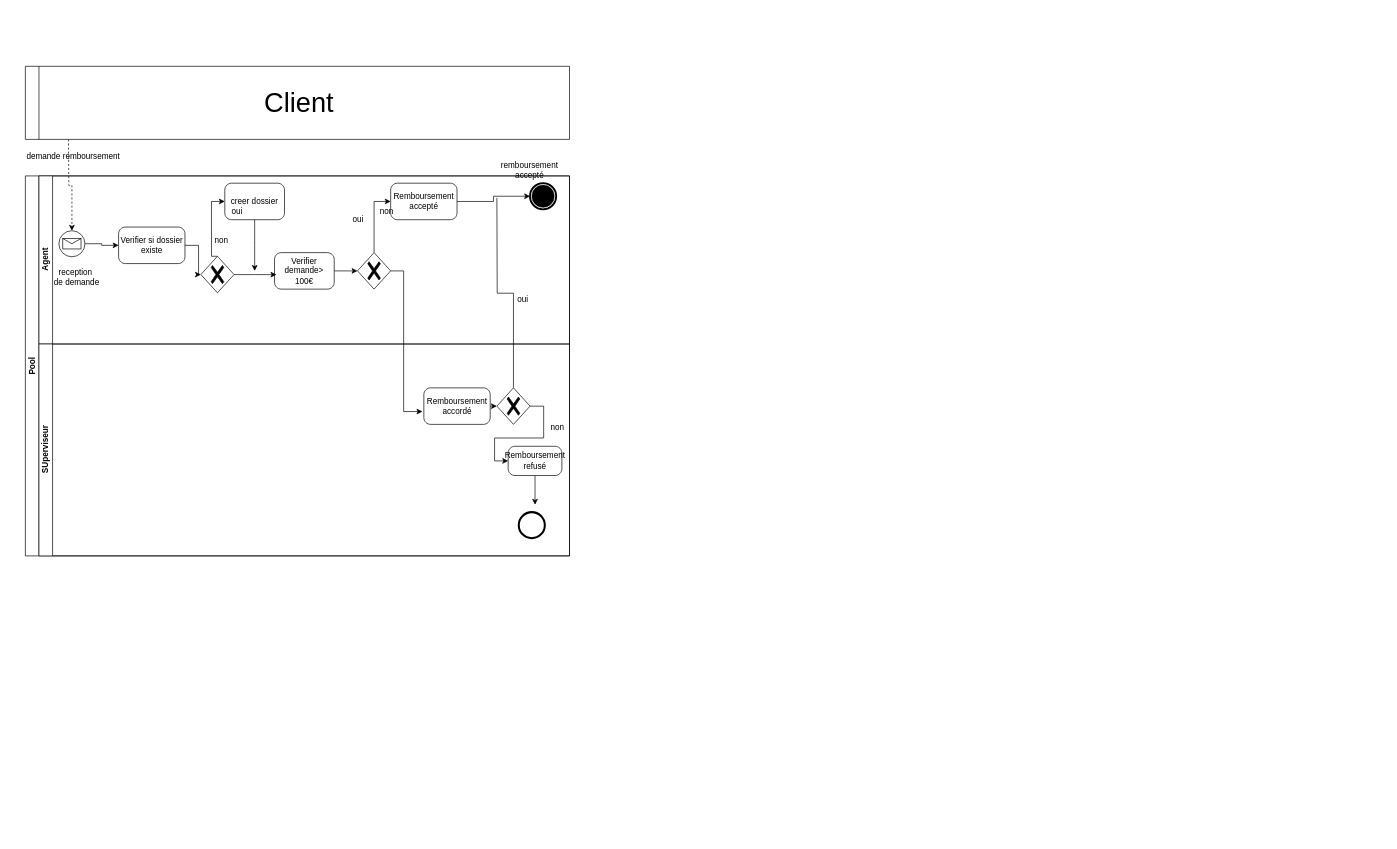
The draw.io diagram cours/TD_BPMN.drawio in Nereoll/draw.io, before the edit. Source tidied: cells renumbered, new cells numbered last; positions are measured from the earlier drawing's top-left corner, leaving out a move shared by most shapes. Both pictures are drawn from the tidied source at 68%, with x=0, y=0 at pixel (12, 12).
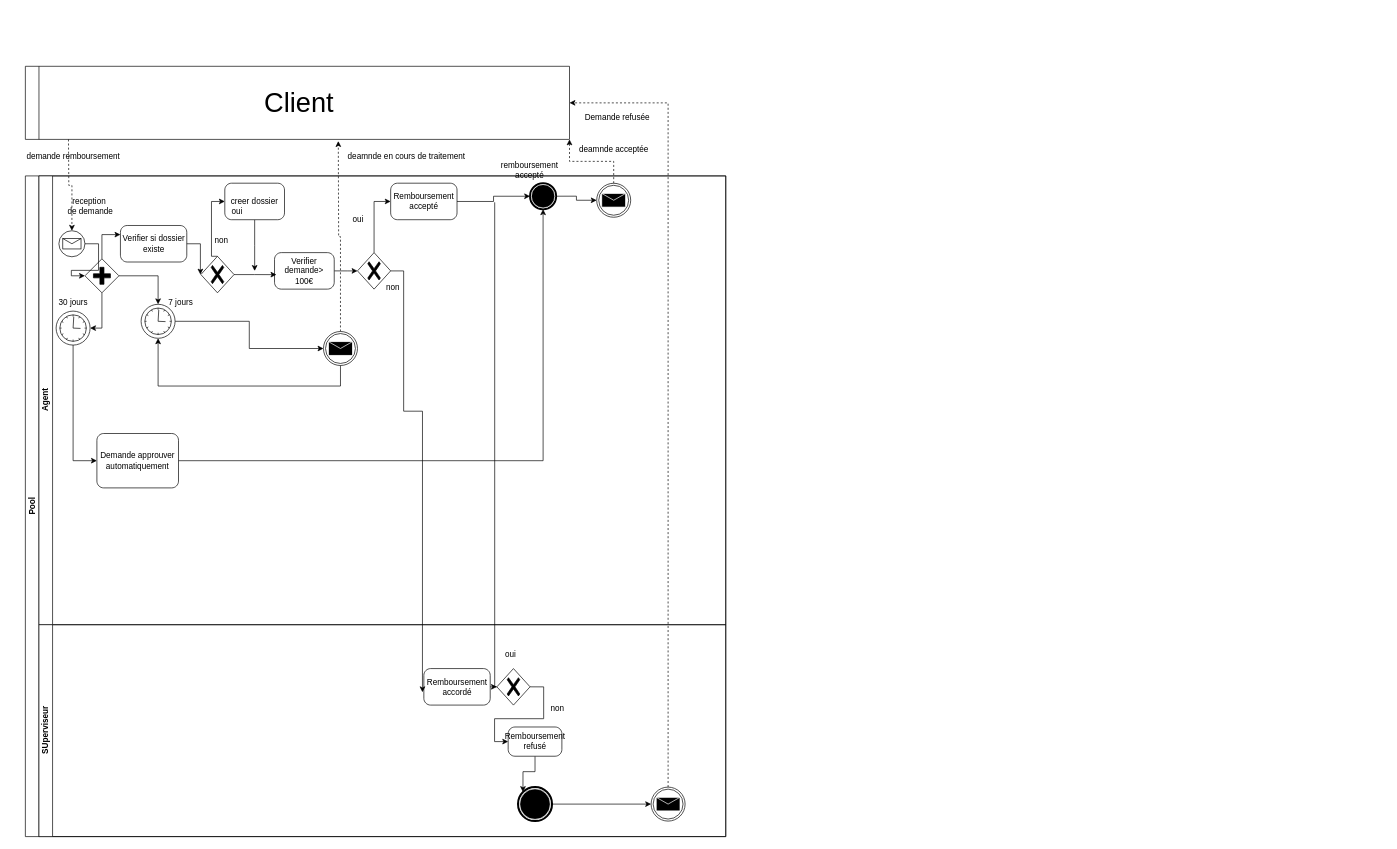
Above is the later version.

Commit message:
Mettre à jour TD_BPMN.drawio

The change refers to these unchanged cells:
```xml
<mxCell id="6" style="swimlane;startSize=20;horizontal=0;html=1;whiteSpace=wrap;" parent="4" vertex="1">
  <mxGeometry x="9.8" width="800.2" height="107.5" as="geometry" />
</mxCell>
<mxCell id="10" style="points=[[0.145,0.145,0],[0.5,0,0],[0.855,0.145,0],[1,0.5,0],[0.855,0.855,0],[0.5,1,0],[0.145,0.855,0],[0,0.5,0]];shape=mxgraph.bpmn.event;html=1;verticalLabelPosition=bottom;labelBackgroundColor=#ffffff;verticalAlign=top;align=center;perimeter=ellipsePerimeter;outlineConnect=0;outline=standard;symbol=message;" parent="9" vertex="1">
  <mxGeometry x="29.3" y="80.6" width="38.3" height="38.3" as="geometry" />
</mxCell>
<mxCell id="28" style="points=[[0.145,0.145,0],[0.5,0,0],[0.855,0.145,0],[1,0.5,0],[0.855,0.855,0],[0.5,1,0],[0.145,0.855,0],[0,0.5,0]];shape=mxgraph.bpmn.event;html=1;verticalLabelPosition=bottom;labelBackgroundColor=#ffffff;verticalAlign=top;align=center;perimeter=ellipsePerimeter;outlineConnect=0;outline=end;symbol=terminate;" parent="9" vertex="1">
  <mxGeometry x="722.2" y="10.7" width="38.3" height="38.3" as="geometry" />
</mxCell>
<mxCell id="32" style="points=[[0.25,0.25,0],[0.5,0,0],[0.75,0.25,0],[1,0.5,0],[0.75,0.75,0],[0.5,1,0],[0.25,0.75,0],[0,0.5,0]];shape=mxgraph.bpmn.gateway2;html=1;verticalLabelPosition=bottom;labelBackgroundColor=#ffffff;verticalAlign=top;align=center;perimeter=rhombusPerimeter;outlineConnect=0;outline=none;symbol=none;gwType=exclusive;" parent="29" vertex="1">
  <mxGeometry x="673.4" y="64.5" width="48.8" height="53.7" as="geometry" />
</mxCell>
<mxCell id="35" value="Remboursement refusé" style="points=[[0.25,0,0],[0.5,0,0],[0.75,0,0],[1,0.25,0],[1,0.5,0],[1,0.75,0],[0.75,1,0],[0.5,1,0],[0.25,1,0],[0,0.75,0],[0,0.5,0],[0,0.25,0]];shape=mxgraph.bpmn.task;whiteSpace=wrap;rectStyle=rounded;size=10;html=1;taskMarker=abstract;" parent="29" vertex="1">
  <mxGeometry x="690" y="150.4" width="79" height="43" as="geometry" />
</mxCell>
```

Change to the diagram source:
```diff
@@
     <mxCell id="2" style="group;" parent="1" vertex="1">
-      <mxGeometry width="820" height="800" as="geometry" />
+      <mxGeometry width="2019.8" height="1212.8" as="geometry" />
     </mxCell>
     <mxCell id="3" style="group;" parent="2" vertex="1">
-      <mxGeometry width="820" height="800" as="geometry" />
+      <mxGeometry width="2019.8" height="1212.8" as="geometry" />
     </mxCell>
     <mxCell id="4" style="group;" parent="3" vertex="1">
-      <mxGeometry x="10" y="80" width="810" height="720" as="geometry" />
+      <mxGeometry x="10" y="80" width="2009.8" height="1132.8" as="geometry" />
     </mxCell>
@@
     <mxCell id="8" value="Pool" style="swimlane;html=1;horizontal=0;startSize=20;whiteSpace=wrap;" parent="4" vertex="1">
-      <mxGeometry x="9.8" y="161.2" width="800.2" height="558.8" as="geometry" />
+      <mxGeometry x="9.8" y="161.2" width="1030" height="971.6" as="geometry" />
     </mxCell>
     <mxCell id="9" value="Agent" style="swimlane;html=1;startSize=20;horizontal=0;" parent="8" vertex="1">
-      <mxGeometry x="20" width="780.2" height="247.2" as="geometry" />
+      <mxGeometry x="20" width="1010" height="660" as="geometry" />
     </mxCell>
@@
     <mxCell id="11" value="&lt;div&gt;reception&amp;nbsp;&lt;/div&gt;&lt;div&gt;de demande&lt;/div&gt;" style="text;html=1;align=center;verticalAlign=middle;strokeColor=none;fillColor=none;" parent="9" vertex="1">
-      <mxGeometry x="9.8" y="129" width="90" height="40" as="geometry" />
+      <mxGeometry x="29.8" y="24.5" width="90" height="40" as="geometry" />
     </mxCell>
     <mxCell id="12" value="Verifier si dossier existe" style="points=[[0.25,0,0],[0.5,0,0],[0.75,0,0],[1,0.25,0],[1,0.5,0],[1,0.75,0],[0.75,1,0],[0.5,1,0],[0.25,1,0],[0,0.75,0],[0,0.5,0],[0,0.25,0]];shape=mxgraph.bpmn.task;whiteSpace=wrap;rectStyle=rounded;size=10;html=1;taskMarker=abstract;" parent="9" vertex="1">
-      <mxGeometry x="117.1" y="75.2" width="97.6" height="53.7" as="geometry" />
+      <mxGeometry x="119.8" y="72.9" width="97.6" height="53.7" as="geometry" />
     </mxCell>
-    <mxCell id="13" style="edgeStyle=orthogonalEdgeStyle;rounded=0;jettySize=auto;html=1;exitX=1;exitY=0.5;exitDx=0;exitDy=0;exitPerimeter=0;entryX=0;entryY=0.5;entryDx=0;entryDy=0;entryPerimeter=0;" parent="9" edge="1" source="10" target="12">
-      <mxGeometry relative="1" as="geometry" />
-    </mxCell>
@@
-    <mxCell id="19" value="non" style="text;html=1;align=center;verticalAlign=middle;strokeColor=none;fillColor=none;" parent="9" vertex="1">
+    <mxCell id="19" value="non" style="text;html=1;align=center;verticalAlign=middle;" parent="9" vertex="1">
       <mxGeometry x="247.9" y="80.6" width="40" height="30" as="geometry" />
     </mxCell>
@@
-    <mxCell id="27" value="oui" style="text;html=1;align=center;verticalAlign=middle;strokeColor=none;fillColor=none;" parent="9" vertex="1">
+    <mxCell id="27" value="oui" style="text;html=1;align=center;verticalAlign=middle;" parent="9" vertex="1">
       <mxGeometry x="448.9" y="48.4" width="40" height="30" as="geometry" />
     </mxCell>
+    <mxCell id="45" style="edgeStyle=orthogonalEdgeStyle;rounded=0;jettySize=auto;html=1;exitX=1;exitY=0.5;exitDx=0;exitDy=0;exitPerimeter=0;" parent="9" edge="1" source="28" target="62">
+      <mxGeometry relative="1" as="geometry" />
+    </mxCell>
@@
+    <mxCell id="42" value="non" style="text;html=1;align=center;verticalAlign=middle;" parent="9" vertex="1">
+      <mxGeometry x="500.2" y="148.8" width="40" height="30" as="geometry" />
+    </mxCell>
+    <mxCell id="46" style="edgeStyle=orthogonalEdgeStyle;rounded=0;jettySize=auto;html=1;exitX=1;exitY=0.5;exitDx=0;exitDy=0;exitPerimeter=0;" parent="9" edge="1" source="47" target="54">
+      <mxGeometry relative="1" as="geometry" />
+    </mxCell>
+    <mxCell id="47" style="points=[[0.145,0.145,0],[0.5,0,0],[0.855,0.145,0],[1,0.5,0],[0.855,0.855,0],[0.5,1,0],[0.145,0.855,0],[0,0.5,0]];shape=mxgraph.bpmn.event;html=1;verticalLabelPosition=bottom;labelBackgroundColor=#ffffff;verticalAlign=top;align=center;perimeter=ellipsePerimeter;outlineConnect=0;outline=standard;symbol=timer;" parent="9" vertex="1">
+      <mxGeometry x="150.2" y="188.8" width="50" height="50" as="geometry" />
+    </mxCell>
+    <mxCell id="48" style="edgeStyle=orthogonalEdgeStyle;rounded=0;jettySize=auto;html=1;exitX=1;exitY=0.5;exitDx=0;exitDy=0;exitPerimeter=0;" parent="9" edge="1" source="49" target="47">
+      <mxGeometry relative="1" as="geometry" />
+    </mxCell>
+    <mxCell id="49" style="points=[[0.25,0.25,0],[0.5,0,0],[0.75,0.25,0],[1,0.5,0],[0.75,0.75,0],[0.5,1,0],[0.25,0.75,0],[0,0.5,0]];shape=mxgraph.bpmn.gateway2;html=1;verticalLabelPosition=bottom;labelBackgroundColor=#ffffff;verticalAlign=top;align=center;perimeter=rhombusPerimeter;outlineConnect=0;outline=none;symbol=none;gwType=parallel;" parent="9" vertex="1">
+      <mxGeometry x="67.6" y="121.9" width="50" height="50" as="geometry" />
+    </mxCell>
+    <mxCell id="50" style="edgeStyle=orthogonalEdgeStyle;rounded=0;jettySize=auto;html=1;entryX=0;entryY=0.5;entryDx=0;entryDy=0;entryPerimeter=0;" parent="9" edge="1" source="10" target="49">
+      <mxGeometry relative="1" as="geometry" />
+    </mxCell>
+    <mxCell id="51" style="edgeStyle=orthogonalEdgeStyle;rounded=0;jettySize=auto;html=1;exitX=0.5;exitY=0;exitDx=0;exitDy=0;exitPerimeter=0;entryX=0;entryY=0.25;entryDx=0;entryDy=0;entryPerimeter=0;" parent="9" edge="1" source="49" target="12">
+      <mxGeometry relative="1" as="geometry" />
+    </mxCell>
+    <mxCell id="52" value="7 jours" style="text;html=1;align=center;verticalAlign=middle;strokeColor=none;fillColor=none;" parent="9" vertex="1">
+      <mxGeometry x="178.1" y="171.9" width="60" height="30" as="geometry" />
+    </mxCell>
+    <mxCell id="53" style="edgeStyle=orthogonalEdgeStyle;rounded=0;jettySize=auto;html=1;dashed=1;" parent="9" edge="1" source="54">
+      <mxGeometry relative="1" as="geometry">
+        <mxPoint x="440.2" y="-51.2" as="targetPoint" />
+      </mxGeometry>
+    </mxCell>
+    <mxCell id="54" style="points=[[0.145,0.145,0],[0.5,0,0],[0.855,0.145,0],[1,0.5,0],[0.855,0.855,0],[0.5,1,0],[0.145,0.855,0],[0,0.5,0]];shape=mxgraph.bpmn.event;html=1;verticalLabelPosition=bottom;labelBackgroundColor=#ffffff;verticalAlign=top;align=center;perimeter=ellipsePerimeter;outlineConnect=0;outline=throwing;symbol=message;" parent="9" vertex="1">
+      <mxGeometry x="418.4" y="228.8" width="50" height="50" as="geometry" />
+    </mxCell>
+    <mxCell id="55" style="edgeStyle=orthogonalEdgeStyle;rounded=0;jettySize=auto;html=1;entryX=0.5;entryY=1;entryDx=0;entryDy=0;entryPerimeter=0;" parent="9" edge="1" source="54" target="47">
+      <mxGeometry relative="1" as="geometry">
+        <Array as="points">
+          <mxPoint x="443" y="309" />
+          <mxPoint x="175" y="309" />
+        </Array>
+      </mxGeometry>
+    </mxCell>
+    <mxCell id="56" style="points=[[0.145,0.145,0],[0.5,0,0],[0.855,0.145,0],[1,0.5,0],[0.855,0.855,0],[0.5,1,0],[0.145,0.855,0],[0,0.5,0]];shape=mxgraph.bpmn.event;html=1;verticalLabelPosition=bottom;labelBackgroundColor=#ffffff;verticalAlign=top;align=center;perimeter=ellipsePerimeter;outlineConnect=0;outline=standard;symbol=timer;" parent="9" vertex="1">
+      <mxGeometry x="25.2" y="198.8" width="50" height="50" as="geometry" />
+    </mxCell>
+    <mxCell id="57" style="edgeStyle=orthogonalEdgeStyle;rounded=0;jettySize=auto;html=1;entryX=1;entryY=0.5;entryDx=0;entryDy=0;entryPerimeter=0;" parent="9" edge="1" source="49" target="56">
+      <mxGeometry relative="1" as="geometry">
+        <Array as="points">
+          <mxPoint x="93" y="224" />
+        </Array>
+      </mxGeometry>
+    </mxCell>
+    <mxCell id="58" value="30 jours" style="text;html=1;align=center;verticalAlign=middle;strokeColor=none;fillColor=none;" parent="9" vertex="1">
+      <mxGeometry x="15.2" y="171.9" width="70" height="30" as="geometry" />
+    </mxCell>
+    <mxCell id="59" style="edgeStyle=orthogonalEdgeStyle;rounded=0;jettySize=auto;html=1;exitX=1;exitY=0.5;exitDx=0;exitDy=0;exitPerimeter=0;" parent="9" edge="1" source="60" target="28">
+      <mxGeometry relative="1" as="geometry" />
+    </mxCell>
+    <mxCell id="60" value="Demande approuver automatiquement" style="points=[[0.25,0,0],[0.5,0,0],[0.75,0,0],[1,0.25,0],[1,0.5,0],[1,0.75,0],[0.75,1,0],[0.5,1,0],[0.25,1,0],[0,0.75,0],[0,0.5,0],[0,0.25,0]];shape=mxgraph.bpmn.task;whiteSpace=wrap;rectStyle=rounded;size=10;html=1;taskMarker=abstract;" parent="9" vertex="1">
+      <mxGeometry x="85.2" y="378.8" width="120" height="80" as="geometry" />
+    </mxCell>
+    <mxCell id="61" style="edgeStyle=orthogonalEdgeStyle;rounded=0;jettySize=auto;html=1;exitX=0.5;exitY=1;exitDx=0;exitDy=0;exitPerimeter=0;entryX=0;entryY=0.5;entryDx=0;entryDy=0;entryPerimeter=0;" parent="9" edge="1" source="56" target="60">
+      <mxGeometry relative="1" as="geometry" />
+    </mxCell>
+    <mxCell id="62" style="points=[[0.145,0.145,0],[0.5,0,0],[0.855,0.145,0],[1,0.5,0],[0.855,0.855,0],[0.5,1,0],[0.145,0.855,0],[0,0.5,0]];shape=mxgraph.bpmn.event;html=1;verticalLabelPosition=bottom;labelBackgroundColor=#ffffff;verticalAlign=top;align=center;perimeter=ellipsePerimeter;outlineConnect=0;outline=throwing;symbol=message;" parent="9" vertex="1">
+      <mxGeometry x="820.2" y="10.8" width="50" height="50" as="geometry" />
+    </mxCell>
     <mxCell id="29" value="SUperviseur" style="swimlane;html=1;startSize=20;horizontal=0;" parent="8" vertex="1">
-      <mxGeometry x="20" y="247.2" width="780.2" height="311.6" as="geometry" />
+      <mxGeometry x="20" y="660" width="1010" height="311.6" as="geometry" />
     </mxCell>
@@
     <mxCell id="31" style="edgeStyle=orthogonalEdgeStyle;rounded=0;jettySize=auto;html=1;startArrow=none;startFill=0;endArrow=none;endFill=0;" parent="29" edge="1" source="32">
       <mxGeometry relative="1" as="geometry">
-        <mxPoint x="673.4" y="-214.9" as="targetPoint" />
+        <mxPoint x="670.2" y="-621.2" as="targetPoint" />
+        <Array as="points">
+          <mxPoint x="670" y="91" />
+        </Array>
       </mxGeometry>
     </mxCell>
@@
-    <mxCell id="34" style="edgeStyle=orthogonalEdgeStyle;rounded=0;jettySize=auto;html=1;" parent="29" edge="1" source="35">
-      <mxGeometry relative="1" as="geometry">
-        <mxPoint x="729.5" y="236.4" as="targetPoint" />
-      </mxGeometry>
+    <mxCell id="34" style="edgeStyle=orthogonalEdgeStyle;rounded=0;jettySize=auto;html=1;entryX=0.145;entryY=0.145;entryDx=0;entryDy=0;entryPerimeter=0;" parent="29" edge="1" source="35" target="64">
+      <mxGeometry relative="1" as="geometry" />
     </mxCell>
@@
-    <mxCell id="38" style="shape=mxgraph.bpmn.event;html=1;verticalLabelPosition=bottom;labelBackgroundColor=#ffffff;verticalAlign=top;align=center;perimeter=ellipsePerimeter;outline=end;symbol=terminate2;" parent="29" vertex="1">
-      <mxGeometry x="705.6" y="247.2" width="38.3" height="38.3" as="geometry" />
-    </mxCell>
+    <mxCell id="44" value="oui" style="text;html=1;align=center;verticalAlign=middle;" parent="29" vertex="1">
+      <mxGeometry x="673.4" y="28.8" width="40" height="30" as="geometry" />
+    </mxCell>
+    <mxCell id="63" style="edgeStyle=orthogonalEdgeStyle;rounded=0;jettySize=auto;html=1;entryX=0;entryY=0.5;entryDx=0;entryDy=0;entryPerimeter=0;" parent="29" edge="1" source="64" target="65">
+      <mxGeometry relative="1" as="geometry" />
+    </mxCell>
+    <mxCell id="64" style="points=[[0.145,0.145,0],[0.5,0,0],[0.855,0.145,0],[1,0.5,0],[0.855,0.855,0],[0.5,1,0],[0.145,0.855,0],[0,0.5,0]];shape=mxgraph.bpmn.event;html=1;verticalLabelPosition=bottom;labelBackgroundColor=#ffffff;verticalAlign=top;align=center;perimeter=ellipsePerimeter;outlineConnect=0;outline=end;symbol=terminate;" parent="29" vertex="1">
+      <mxGeometry x="704.5" y="238.8" width="50" height="50" as="geometry" />
+    </mxCell>
+    <mxCell id="65" style="points=[[0.145,0.145,0],[0.5,0,0],[0.855,0.145,0],[1,0.5,0],[0.855,0.855,0],[0.5,1,0],[0.145,0.855,0],[0,0.5,0]];shape=mxgraph.bpmn.event;html=1;verticalLabelPosition=bottom;labelBackgroundColor=#ffffff;verticalAlign=top;align=center;perimeter=ellipsePerimeter;outlineConnect=0;outline=throwing;symbol=message;" parent="29" vertex="1">
+      <mxGeometry x="900.2" y="238.8" width="50" height="50" as="geometry" />
+    </mxCell>
@@
+    <mxCell id="66" value="deamnde en cours de traitement" style="text;html=1;align=center;verticalAlign=middle;strokeColor=none;fillColor=none;" parent="4" vertex="1">
+      <mxGeometry x="470" y="118.2" width="200" height="30" as="geometry" />
+    </mxCell>
+    <mxCell id="67" style="edgeStyle=orthogonalEdgeStyle;rounded=0;jettySize=auto;html=1;exitX=0.5;exitY=0;exitDx=0;exitDy=0;exitPerimeter=0;entryX=1;entryY=0.5;entryDx=0;entryDy=0;dashed=1;" parent="4" edge="1" source="65" target="6">
+      <mxGeometry relative="1" as="geometry" />
+    </mxCell>
+    <mxCell id="68" value="Demande refusée" style="text;html=1;align=center;verticalAlign=middle;strokeColor=none;fillColor=none;" parent="4" vertex="1">
+      <mxGeometry x="820" y="60" width="120" height="30" as="geometry" />
+    </mxCell>
+    <mxCell id="69" style="edgeStyle=orthogonalEdgeStyle;rounded=0;jettySize=auto;html=1;exitX=0.5;exitY=0;exitDx=0;exitDy=0;exitPerimeter=0;entryX=1;entryY=1;entryDx=0;entryDy=0;dashed=1;" parent="4" edge="1" source="62" target="6">
+      <mxGeometry relative="1" as="geometry" />
+    </mxCell>
+    <mxCell id="70" value="deamnde acceptée" style="text;html=1;align=center;verticalAlign=middle;strokeColor=none;fillColor=none;" parent="4" vertex="1">
+      <mxGeometry x="810" y="107.5" width="130" height="30" as="geometry" />
+    </mxCell>
-    <mxCell id="41" value="oui" style="text;html=1;align=center;verticalAlign=middle;strokeColor=none;fillColor=none;" parent="2" vertex="1">
+    <mxCell id="41" value="oui" style="text;html=1;align=center;verticalAlign=middle;" parent="2" vertex="1">
       <mxGeometry x="311" y="278" width="40" height="30" as="geometry" />
     </mxCell>
-    <mxCell id="42" value="non" style="text;html=1;align=center;verticalAlign=middle;strokeColor=none;fillColor=none;" parent="2" vertex="1">
-      <mxGeometry x="531" y="278" width="40" height="30" as="geometry" />
-    </mxCell>
@@
-    <mxCell id="44" value="oui" style="text;html=1;align=center;verticalAlign=middle;strokeColor=none;fillColor=none;" parent="2" vertex="1">
-      <mxGeometry x="731" y="408" width="40" height="30" as="geometry" />
-    </mxCell>
```
